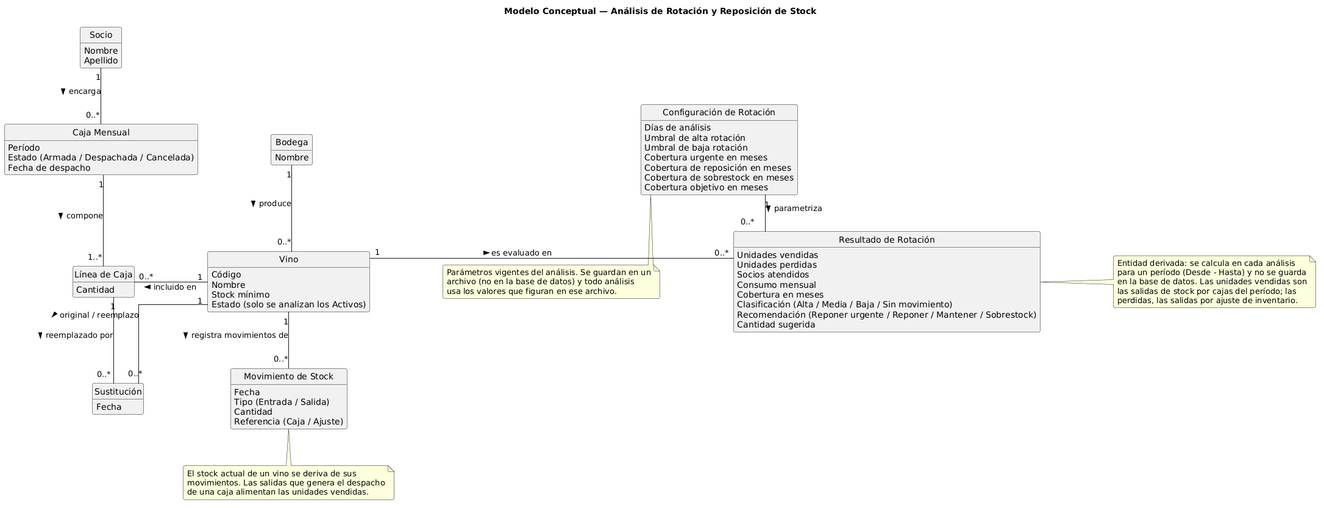
This is DIAGRAMAS/ModeloConceptual_Rotacion.png from Jesifu/club-de-vinos-td, a PlantUML export, as it was before one commit.
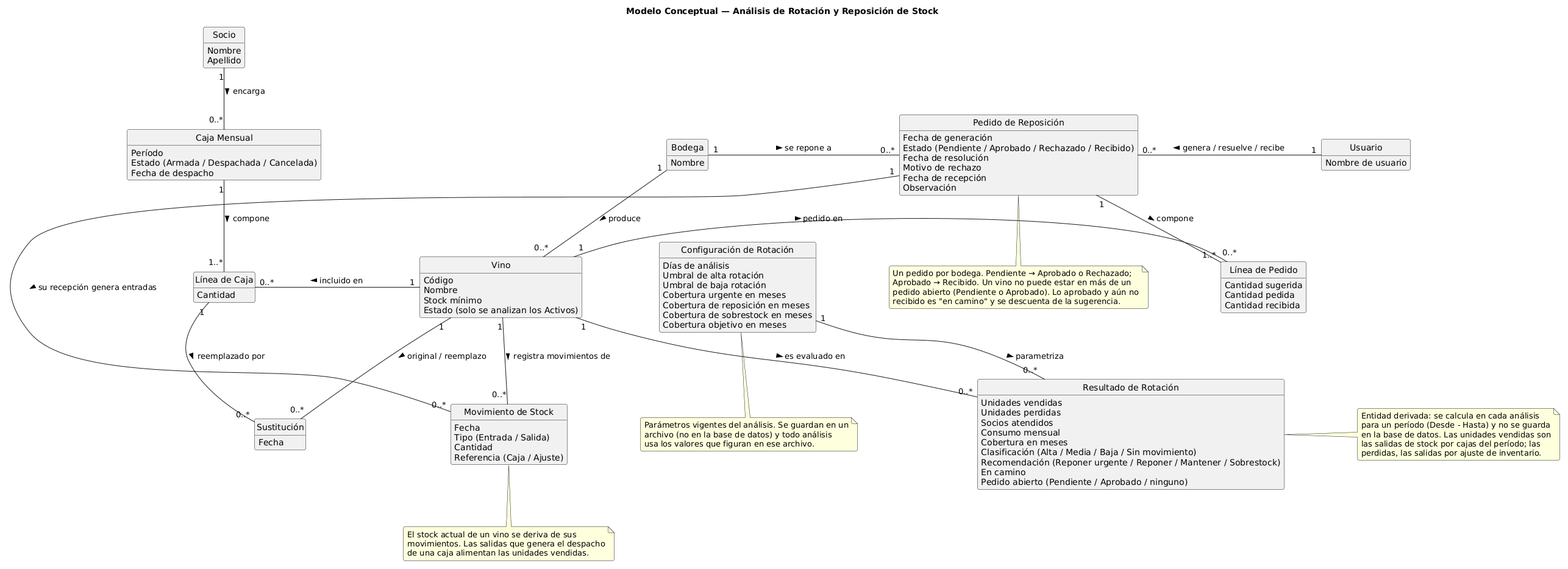
Later version of the same file.

The edit, as a diff of the source:
```diff
@@ -5,7 +5,6 @@
 skinparam shadowing false
 skinparam roundcorner 6
 skinparam classAttributeIconSize 0
-skinparam linetype ortho
 skinparam nodesep 120
 skinparam ranksep 60
 hide circle
@@ -66,7 +65,28 @@
   Cobertura en meses
   {field} Clasificación (Alta / Media / Baja / Sin movimiento)
   {field} Recomendación (Reponer urgente / Reponer / Mantener / Sobrestock)
+  En camino
+  {field} Pedido abierto (Pendiente / Aprobado / ninguno)
+  Cantidad sugerida (neta de lo en camino)
+}
+
+class Usuario {
+  Nombre de usuario
+}
+
+class "Pedido de Reposición" as PedidoReposicion {
+  Fecha de generación
+  {field} Estado (Pendiente / Aprobado / Rechazado / Recibido)
+  Fecha de resolución
+  Motivo de rechazo
+  Fecha de recepción
+  Observación
+}
+
+class "Línea de Pedido" as PedidoLinea {
   Cantidad sugerida
+  Cantidad pedida
+  Cantidad recibida
 }
 
 Bodega      "1" -down- "0..*" Vino            : produce >
@@ -77,7 +97,14 @@
 CajaVino    "1" -down- "0..*" Sustitución     : reemplazado por >
 Vino        "1" -down- "0..*" Sustitución     : original / reemplazo >
 
-Vino                  "1" -right- "0..*" ResultadoRotacion : es evaluado en >
+Bodega           "1" -right- "0..*" PedidoReposicion : se repone a >
+Usuario          "1" -left-  "0..*" PedidoReposicion : genera / resuelve / recibe >
+PedidoReposicion "1" -down-  "1..*" PedidoLinea      : compone >
+Vino             "1" -[norank]- "0..*" PedidoLinea   : pedido en >
+PedidoReposicion "1" -[norank]- "0..*" MovimientoStock : su recepción genera entradas >
+
+Vino                  "1" -[norank]- "0..*" ResultadoRotacion : es evaluado en >
+PedidoLinea -[hidden]down- ResultadoRotacion
 ConfiguracionRotacion "1" -down-  "0..*" ResultadoRotacion : parametriza >
 
 note right of ResultadoRotacion
@@ -94,6 +121,13 @@
   usa los valores que figuran en ese archivo.
 end note
 
+note bottom of PedidoReposicion
+  Un pedido por bodega. Pendiente → Aprobado o Rechazado;
+  Aprobado → Recibido. Un vino no puede estar en más de un
+  pedido abierto (Pendiente o Aprobado). Lo aprobado y aún no
+  recibido es "en camino" y se descuenta de la sugerencia.
+end note
+
 note bottom of MovimientoStock
   El stock actual de un vino se deriva de sus
   movimientos. Las salidas que genera el despacho
```
